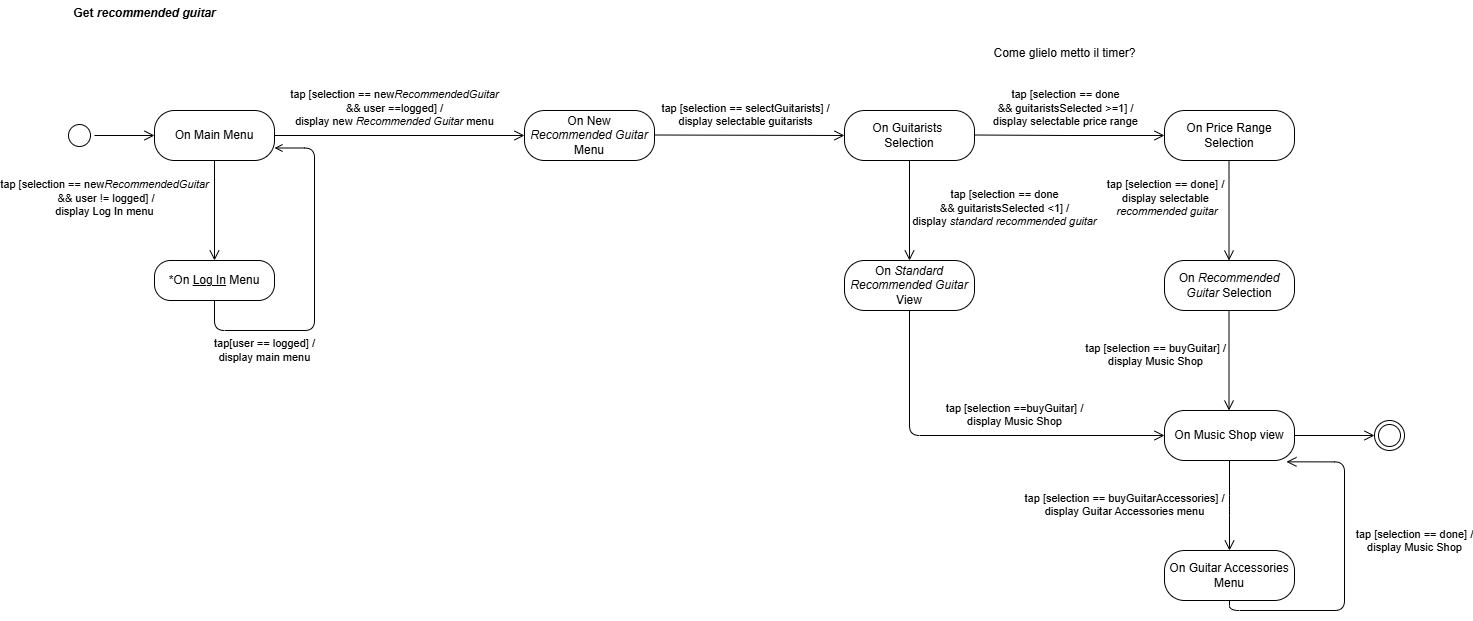
TizianoLilli/ISPW-Project keeps this draw.io diagram as diagrams/StateDiagramM.drawio.png. Above is the earlier version. Source tidied: cells renumbered, new cells last; positions are measured from the earlier drawing's top-left corner, leaving out a move shared by most shapes. Its diagram source:
```xml
<mxGraphModel>
  <root>
    <mxCell id="0" />
    <mxCell id="1" parent="0" />
    <mxCell id="2" style="ellipse;html=1;shape=startState;labelBackgroundColor=none;" parent="1" vertex="1">
      <mxGeometry y="120" width="30" height="30" as="geometry" />
    </mxCell>
    <mxCell id="3" style="edgeStyle=orthogonalEdgeStyle;html=1;verticalAlign=bottom;endArrow=open;endSize=8;rounded=0;entryX=0;entryY=0.5;entryDx=0;entryDy=0;labelBackgroundColor=none;fontColor=default;" parent="1" edge="1" source="2" target="4">
      <mxGeometry relative="1" as="geometry" />
    </mxCell>
    <mxCell id="4" value="On Main Menu" style="rounded=1;whiteSpace=wrap;html=1;arcSize=40;labelBackgroundColor=none;" parent="1" vertex="1">
      <mxGeometry x="90" y="110" width="120" height="50" as="geometry" />
    </mxCell>
    <mxCell id="5" value="tap [selection == new&lt;i&gt;RecommendedGuitar&lt;/i&gt;&lt;div&gt;&lt;i&gt;&amp;nbsp;&lt;/i&gt;&amp;amp;&amp;amp; user != logged] /&lt;/div&gt;&lt;div&gt;display Log In menu&lt;/div&gt;" style="edgeStyle=orthogonalEdgeStyle;html=1;verticalAlign=bottom;endArrow=open;endSize=8;rounded=1;labelBackgroundColor=none;fontColor=default;entryX=0.5;entryY=0;entryDx=0;entryDy=0;curved=0;" parent="1" edge="1" source="4" target="6">
      <mxGeometry x="0.2" y="-110" relative="1" as="geometry" />
    </mxCell>
    <mxCell id="6" value="*On &lt;u&gt;Log In&lt;/u&gt; Menu" style="rounded=1;whiteSpace=wrap;html=1;arcSize=40;labelBackgroundColor=none;" parent="1" vertex="1">
      <mxGeometry x="90" y="260" width="120" height="40" as="geometry" />
    </mxCell>
    <mxCell id="7" value="tap[user == logged] /&lt;div&gt;display main menu&lt;/div&gt;" style="edgeStyle=orthogonalEdgeStyle;rounded=1;jettySize=auto;html=1;exitX=0.5;exitY=0;exitDx=0;exitDy=0;curved=0;endArrow=open;endFill=0;entryX=1;entryY=0.75;entryDx=0;entryDy=0;labelBackgroundColor=none;fontColor=default;" parent="1" edge="1" target="4">
      <mxGeometry x="-0.55" y="-20" relative="1" as="geometry">
        <mxPoint x="150" y="300" as="sourcePoint" />
        <Array as="points">
          <mxPoint x="150" y="330" />
          <mxPoint x="250" y="330" />
          <mxPoint x="250" y="148" />
        </Array>
      </mxGeometry>
    </mxCell>
    <mxCell id="8" value="On New&lt;div&gt;&lt;i&gt;Recommended Guitar&lt;/i&gt;&lt;/div&gt;&lt;div&gt;Menu&lt;/div&gt;" style="rounded=1;whiteSpace=wrap;html=1;arcSize=40;labelBackgroundColor=none;" parent="1" vertex="1">
      <mxGeometry x="460" y="110" width="130" height="50" as="geometry" />
    </mxCell>
    <mxCell id="9" value="tap [selection == new&lt;i&gt;RecommendedGuitar&lt;/i&gt;&lt;div&gt;&amp;amp;&amp;amp; user ==logged] /&lt;/div&gt;&lt;div&gt;display new &lt;i&gt;Recommended Guitar &lt;/i&gt;menu&lt;/div&gt;" style="edgeStyle=orthogonalEdgeStyle;html=1;verticalAlign=bottom;endArrow=open;endSize=8;rounded=1;labelBackgroundColor=none;fontColor=default;entryX=0;entryY=0.5;entryDx=0;entryDy=0;curved=0;exitX=1;exitY=0.5;exitDx=0;exitDy=0;" parent="1" edge="1" source="4" target="8">
      <mxGeometry x="-0.04" y="5" relative="1" as="geometry" />
    </mxCell>
    <mxCell id="10" value="On Guitarists&amp;nbsp;&lt;div&gt;Selection&lt;/div&gt;" style="rounded=1;whiteSpace=wrap;html=1;arcSize=40;labelBackgroundColor=none;" parent="1" vertex="1">
      <mxGeometry x="780" y="110" width="130" height="50" as="geometry" />
    </mxCell>
    <mxCell id="11" value="tap [selection == selectGuitarists] /&lt;div&gt;display selectable guitarists&lt;/div&gt;" style="edgeStyle=orthogonalEdgeStyle;html=1;verticalAlign=bottom;endArrow=open;endSize=8;rounded=1;labelBackgroundColor=none;fontColor=default;entryX=0;entryY=0.5;entryDx=0;entryDy=0;curved=0;exitX=1;exitY=0.5;exitDx=0;exitDy=0;" parent="1" edge="1" target="10">
      <mxGeometry x="-0.04" y="5" relative="1" as="geometry">
        <mxPoint x="590" y="134.5" as="sourcePoint" />
      </mxGeometry>
    </mxCell>
    <mxCell id="12" value="tap [selection == done&lt;div&gt;&amp;amp;&amp;amp; guitaristsSelected &amp;gt;=1] /&lt;/div&gt;&lt;div&gt;display selectable price range&lt;/div&gt;" style="edgeStyle=orthogonalEdgeStyle;html=1;verticalAlign=bottom;endArrow=open;endSize=8;rounded=1;labelBackgroundColor=none;fontColor=default;entryX=0;entryY=0.5;entryDx=0;entryDy=0;curved=0;exitX=1;exitY=0.5;exitDx=0;exitDy=0;" parent="1" edge="1">
      <mxGeometry x="-0.04" y="5" relative="1" as="geometry">
        <mxPoint x="910" y="134.5" as="sourcePoint" />
        <mxPoint x="1100" y="135" as="targetPoint" />
      </mxGeometry>
    </mxCell>
    <mxCell id="13" value="On Price Range&lt;div&gt;Selection&lt;/div&gt;" style="rounded=1;whiteSpace=wrap;html=1;arcSize=40;labelBackgroundColor=none;" parent="1" vertex="1">
      <mxGeometry x="1100" y="110" width="130" height="50" as="geometry" />
    </mxCell>
    <mxCell id="14" value="tap [selection == done&lt;div&gt;&amp;amp;&amp;amp; guitaristsSelected &amp;lt;1] /&lt;/div&gt;&lt;div&gt;display &lt;i&gt;standard recommended guitar&lt;/i&gt;&lt;/div&gt;" style="edgeStyle=orthogonalEdgeStyle;html=1;verticalAlign=bottom;endArrow=open;endSize=8;rounded=1;labelBackgroundColor=none;fontColor=default;entryX=0.5;entryY=0;entryDx=0;entryDy=0;curved=0;" parent="1" edge="1">
      <mxGeometry x="0.4" y="95" relative="1" as="geometry">
        <mxPoint x="845" y="160" as="sourcePoint" />
        <mxPoint x="845" y="260" as="targetPoint" />
      </mxGeometry>
    </mxCell>
    <mxCell id="15" value="On &lt;i&gt;Standard Recommended Guitar&lt;/i&gt;&lt;div&gt;View&lt;/div&gt;" style="rounded=1;whiteSpace=wrap;html=1;arcSize=40;labelBackgroundColor=none;" parent="1" vertex="1">
      <mxGeometry x="780" y="260" width="130" height="50" as="geometry" />
    </mxCell>
    <mxCell id="16" value="tap [selection == done&lt;span style=&quot;background-color: initial;&quot;&gt;] /&lt;/span&gt;&lt;div&gt;display selectable&lt;/div&gt;&lt;div&gt;&lt;i&gt;&amp;nbsp;recommended guitar&lt;/i&gt;&lt;/div&gt;" style="edgeStyle=orthogonalEdgeStyle;html=1;verticalAlign=bottom;endArrow=open;endSize=8;rounded=1;labelBackgroundColor=none;fontColor=default;entryX=0.5;entryY=0;entryDx=0;entryDy=0;curved=0;" parent="1" edge="1">
      <mxGeometry x="0.2" y="-64" relative="1" as="geometry">
        <mxPoint x="1164.5" y="160" as="sourcePoint" />
        <mxPoint x="1164.5" y="260" as="targetPoint" />
      </mxGeometry>
    </mxCell>
    <mxCell id="17" value="On &lt;i&gt;Recommended Guitar &lt;/i&gt;Selection" style="rounded=1;whiteSpace=wrap;html=1;arcSize=40;labelBackgroundColor=none;" parent="1" vertex="1">
      <mxGeometry x="1100" y="260" width="130" height="50" as="geometry" />
    </mxCell>
    <mxCell id="18" value="tap [selection == buyGuitar] /&lt;div&gt;display Music Shop&lt;/div&gt;" style="edgeStyle=orthogonalEdgeStyle;html=1;verticalAlign=bottom;endArrow=open;endSize=8;rounded=1;labelBackgroundColor=none;fontColor=default;entryX=0.5;entryY=0;entryDx=0;entryDy=0;curved=0;" parent="1" edge="1">
      <mxGeometry x="0.2" y="-74" relative="1" as="geometry">
        <mxPoint x="1164.5" y="310" as="sourcePoint" />
        <mxPoint x="1164.5" y="410" as="targetPoint" />
      </mxGeometry>
    </mxCell>
    <mxCell id="19" value="On Music Shop view" style="rounded=1;whiteSpace=wrap;html=1;arcSize=40;labelBackgroundColor=none;" parent="1" vertex="1">
      <mxGeometry x="1100" y="410" width="130" height="50" as="geometry" />
    </mxCell>
    <mxCell id="20" style="ellipse;html=1;shape=endState;labelBackgroundColor=none;" parent="1" vertex="1">
      <mxGeometry x="1310" y="420" width="30" height="30" as="geometry" />
    </mxCell>
    <mxCell id="21" style="edgeStyle=orthogonalEdgeStyle;html=1;verticalAlign=bottom;endArrow=open;endSize=8;rounded=1;labelBackgroundColor=none;fontColor=default;entryX=0;entryY=0.5;entryDx=0;entryDy=0;curved=0;exitX=1;exitY=0.5;exitDx=0;exitDy=0;" parent="1" edge="1" source="19" target="20">
      <mxGeometry x="0.2" y="-64" relative="1" as="geometry" />
    </mxCell>
    <mxCell id="22" value="Come glielo metto il timer?" style="text;html=1;align=center;verticalAlign=middle;strokeColor=none;fillColor=none;" parent="1" vertex="1">
      <mxGeometry x="915" y="38" width="170" height="30" as="geometry" />
    </mxCell>
    <mxCell id="23" value="Get &lt;i&gt;recommended guitar&lt;/i&gt;" style="text;align=center;fontStyle=1;verticalAlign=middle;spacingLeft=3;spacingRight=3;strokeColor=none;html=1;" parent="1" vertex="1">
      <mxGeometry x="40" width="80" height="26" as="geometry" />
    </mxCell>
    <mxCell id="24" style="edgeStyle=orthogonalEdgeStyle;rounded=0;orthogonalLoop=1;jettySize=auto;html=1;exitX=0.5;exitY=1;exitDx=0;exitDy=0;" parent="1" edge="1" source="8" target="8">
      <mxGeometry relative="1" as="geometry" />
    </mxCell>
    <mxCell id="25" value="tap [selection ==buyGuitar] /&lt;div&gt;display Music Shop&lt;/div&gt;" style="edgeStyle=orthogonalEdgeStyle;html=1;verticalAlign=bottom;endArrow=open;endSize=8;rounded=1;labelBackgroundColor=none;fontColor=default;entryX=0;entryY=0.5;entryDx=0;entryDy=0;curved=0;exitX=0.5;exitY=1;exitDx=0;exitDy=0;" parent="1" edge="1" source="15" target="19">
      <mxGeometry x="0.21" y="5" relative="1" as="geometry" />
    </mxCell>
    <mxCell id="26" value="tap [selection == buyGuitarAccessories&lt;span style=&quot;background-color: initial;&quot;&gt;] /&lt;/span&gt;&lt;div&gt;&lt;div&gt;display Guitar Accessories menu&lt;/div&gt;&lt;/div&gt;" style="edgeStyle=orthogonalEdgeStyle;html=1;verticalAlign=bottom;endArrow=open;endSize=8;rounded=1;labelBackgroundColor=none;fontColor=default;curved=0;exitX=0.5;exitY=1;exitDx=0;exitDy=0;" parent="1" edge="1" source="19">
      <mxGeometry x="0.37" y="-105" relative="1" as="geometry">
        <mxPoint x="1165" y="550" as="targetPoint" />
      </mxGeometry>
    </mxCell>
    <mxCell id="27" value="On Guitar Accessories Menu" style="rounded=1;whiteSpace=wrap;html=1;arcSize=40;labelBackgroundColor=none;" parent="1" vertex="1">
      <mxGeometry x="1100" y="550" width="130" height="50" as="geometry" />
    </mxCell>
    <mxCell id="28" value="tap [selection == done] /&lt;div&gt;display Music Shop&lt;/div&gt;" style="edgeStyle=orthogonalEdgeStyle;html=1;verticalAlign=bottom;endArrow=open;endSize=8;rounded=1;labelBackgroundColor=none;fontColor=default;curved=0;exitX=0.5;exitY=1;exitDx=0;exitDy=0;entryX=0.938;entryY=1.027;entryDx=0;entryDy=0;entryPerimeter=0;" parent="1" edge="1" source="27" target="19">
      <mxGeometry x="0.08" y="-70" relative="1" as="geometry">
        <Array as="points">
          <mxPoint x="1165" y="610" />
          <mxPoint x="1280" y="610" />
          <mxPoint x="1280" y="461" />
        </Array>
      </mxGeometry>
    </mxCell>
  </root>
</mxGraphModel>
```
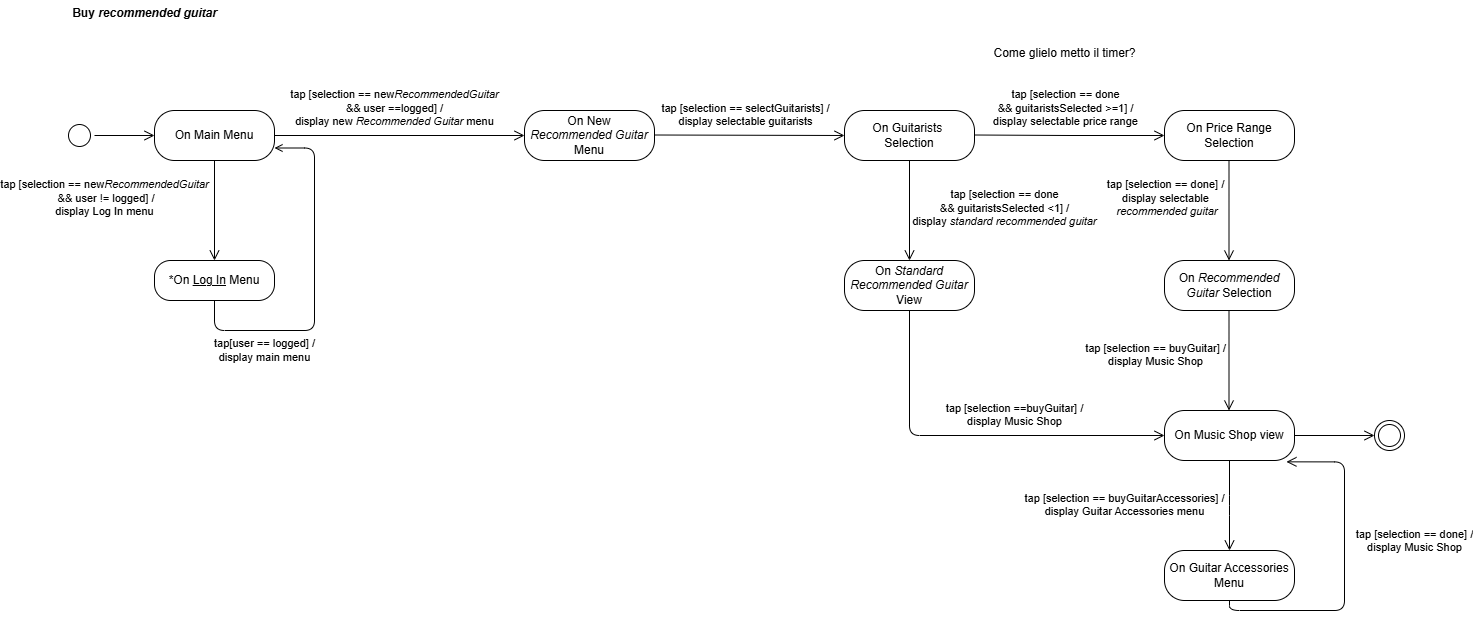
Later version of the same file.

Change to the diagram source:
```diff
@@ -86,7 +86,7 @@
     <mxCell id="22" value="Come glielo metto il timer?" style="text;html=1;align=center;verticalAlign=middle;strokeColor=none;fillColor=none;" parent="1" vertex="1">
       <mxGeometry x="915" y="38" width="170" height="30" as="geometry" />
     </mxCell>
-    <mxCell id="23" value="Get &lt;i&gt;recommended guitar&lt;/i&gt;" style="text;align=center;fontStyle=1;verticalAlign=middle;spacingLeft=3;spacingRight=3;strokeColor=none;html=1;" parent="1" vertex="1">
+    <mxCell id="23" value="Buy&amp;nbsp;&lt;i&gt;recommended guitar&lt;/i&gt;" style="text;align=center;fontStyle=1;verticalAlign=middle;spacingLeft=3;spacingRight=3;strokeColor=none;html=1;" parent="1" vertex="1">
       <mxGeometry x="40" width="80" height="26" as="geometry" />
     </mxCell>
     <mxCell id="24" style="edgeStyle=orthogonalEdgeStyle;rounded=0;orthogonalLoop=1;jettySize=auto;html=1;exitX=0.5;exitY=1;exitDx=0;exitDy=0;" parent="1" edge="1" source="8" target="8">
```
